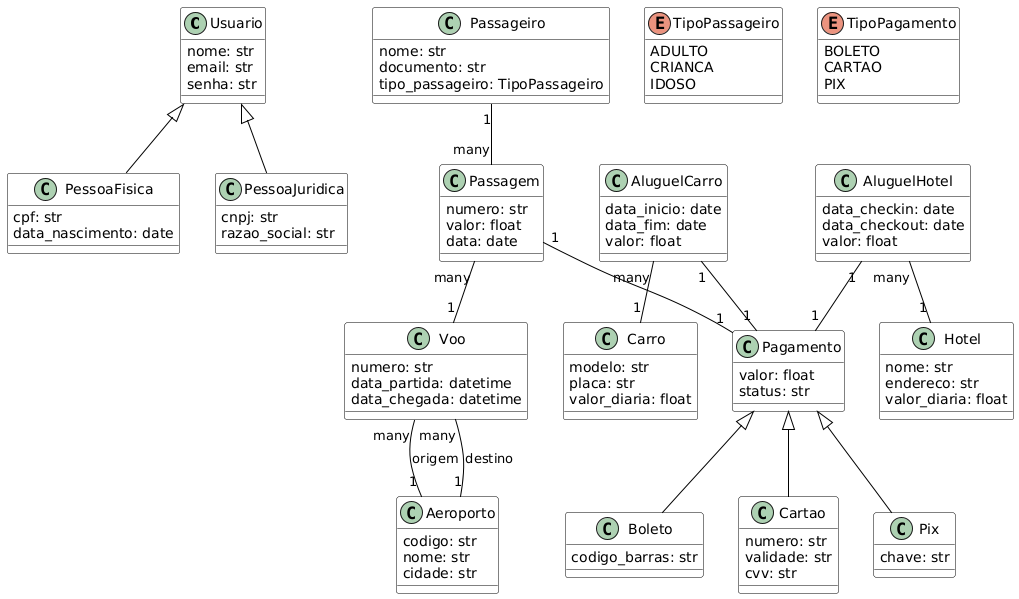
Earlier version of the PlantUML export Documentação/UML.png (FauseSkyWalker/TPPE). Source of this version:
```plantuml
@startuml
skinparam class {
    BackgroundColor White
    ArrowColor Black
    BorderColor Black
}

class Usuario {
    nome: str
    email: str
    senha: str
}

class PessoaFisica {
    cpf: str
    data_nascimento: date
}

class PessoaJuridica {
    cnpj: str
    razao_social: str
}

class Passageiro {
    nome: str
    documento: str
    tipo_passageiro: TipoPassageiro
}

class Passagem {
    numero: str
    valor: float
    data: date
}

class Voo {
    numero: str
    data_partida: datetime
    data_chegada: datetime
}

class Aeroporto {
    codigo: str
    nome: str
    cidade: str
}

class Pagamento {
    valor: float
    status: str
}

class AluguelCarro {
    data_inicio: date
    data_fim: date
    valor: float
}

class Carro {
    modelo: str
    placa: str
    valor_diaria: float
}

class AluguelHotel {
    data_checkin: date
    data_checkout: date
    valor: float
}

class Hotel {
    nome: str
    endereco: str
    valor_diaria: float
}

class Boleto {
    codigo_barras: str
}

class Cartao {
    numero: str
    validade: str
    cvv: str
}

class Pix {
    chave: str
}

enum TipoPassageiro {
    ADULTO
    CRIANCA
    IDOSO
}

enum TipoPagamento {
    BOLETO
    CARTAO
    PIX
}

Usuario <|-- PessoaFisica
Usuario <|-- PessoaJuridica

Passageiro "1" -- "many" Passagem
Passagem "many" -- "1" Voo
Voo "many" -- "1" Aeroporto : origem
Voo "many" -- "1" Aeroporto : destino

Pagamento <|-- Boleto
Pagamento <|-- Cartao
Pagamento <|-- Pix

Passagem "1" -- "1" Pagamento
AluguelCarro "1" -- "1" Pagamento
AluguelHotel "1" -- "1" Pagamento

AluguelCarro "many" -- "1" Carro
AluguelHotel "many" -- "1" Hotel
@enduml
```
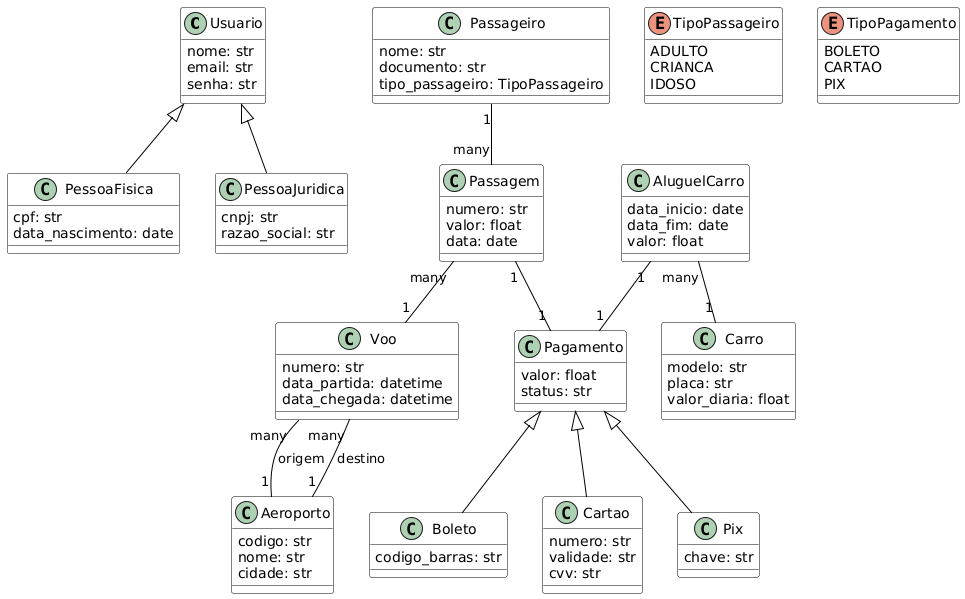
The same diagram one commit later.

Commit message:
Docs(Diagramas):Organizando documentação

The edit, as a diff of the source:
```diff
@@ -62,18 +62,6 @@
     valor_diaria: float
 }
 
-class AluguelHotel {
-    data_checkin: date
-    data_checkout: date
-    valor: float
-}
-
-class Hotel {
-    nome: str
-    endereco: str
-    valor_diaria: float
-}
-
 class Boleto {
     codigo_barras: str
 }
@@ -114,8 +102,5 @@
 
 Passagem "1" -- "1" Pagamento
 AluguelCarro "1" -- "1" Pagamento
-AluguelHotel "1" -- "1" Pagamento
-
 AluguelCarro "many" -- "1" Carro
-AluguelHotel "many" -- "1" Hotel
 @enduml
```
